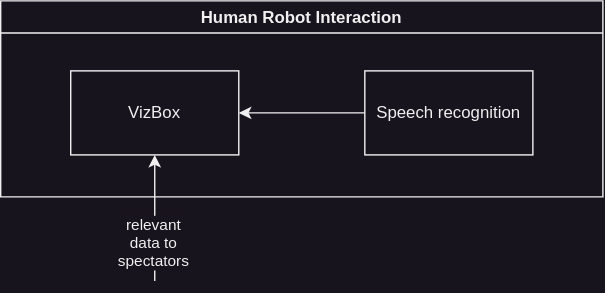
Earlier version of the draw.io export doc/images/Building Block View Diagrams/HRIBlackboxes.svg (una-auxme/arlab). Source tidied: cells renumbered, new cells last; positions are measured from the earlier drawing's top-left corner, leaving out a move shared by most shapes.
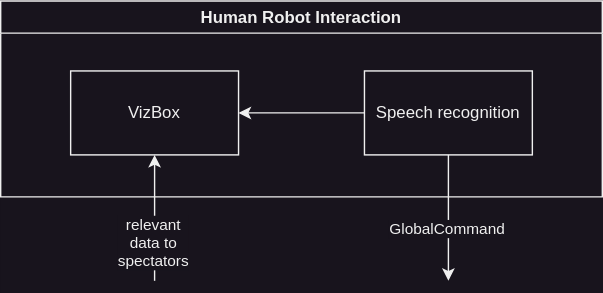
After the change.

Change to the diagram source:
```diff
@@ -22,5 +22,13 @@
     <mxCell id="7" value="relevant&lt;div&gt;data to&lt;/div&gt;&lt;div&gt;spectators&lt;/div&gt;" style="edgeLabel;html=1;align=center;verticalAlign=middle;" parent="6" vertex="1">
       <mxGeometry x="-0.4" y="1" relative="1" as="geometry" />
     </mxCell>
+    <mxCell id="8" style="endArrow=classic;html=1;rounded=0;exitX=0.5;exitY=1;exitDx=0;exitDy=0;" parent="1" edge="1" source="5">
+      <mxGeometry relative="1" as="geometry">
+        <mxPoint x="320" y="200" as="targetPoint" />
+      </mxGeometry>
+    </mxCell>
+    <mxCell id="9" value="GlobalCommand" style="edgeLabel;html=1;align=center;verticalAlign=middle;" parent="8" vertex="1">
+      <mxGeometry x="0.17" y="-1" relative="1" as="geometry" />
+    </mxCell>
   </root>
 </mxGraphModel>
```
